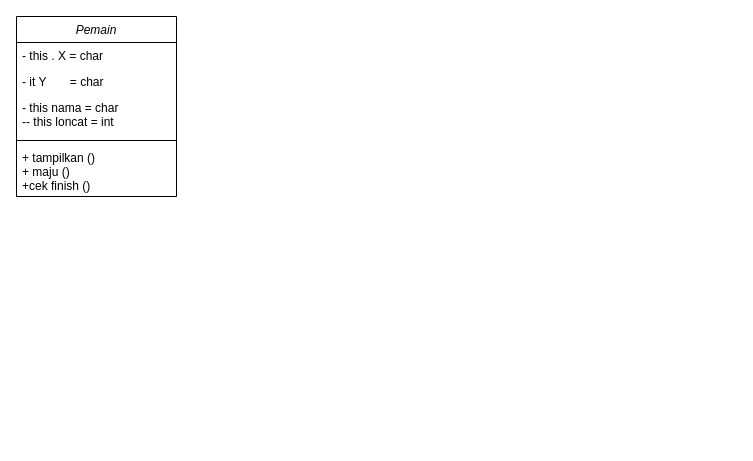
Earlier version of the draw.io diagram balap karung.drawio (oneoneteam/Balap-karung). Source tidied: cells renumbered, new cells numbered last; positions are measured from the earlier drawing's top-left corner, leaving out a move shared by most shapes. Both pictures are drawn from the tidied source at 100%, with x=0, y=0 at pixel (16, 16).
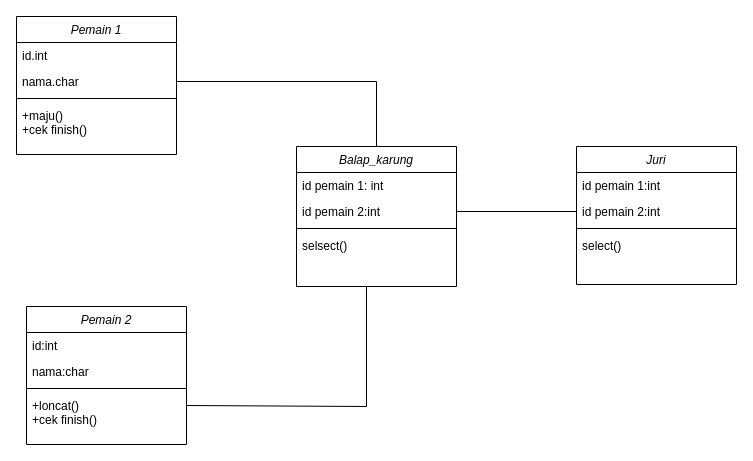
The same page after the edit.

Change to the diagram source:
```diff
@@
-    <mxCell id="2" value="Pemain" style="swimlane;fontStyle=2;align=center;verticalAlign=top;horizontal=1;startSize=26;rounded=0;shadow=0;strokeWidth=1;" parent="1" vertex="1">
-      <mxGeometry width="160" height="180" as="geometry" />
+    <mxCell id="2" value="Pemain 1" style="swimlane;fontStyle=2;align=center;verticalAlign=top;horizontal=1;startSize=26;rounded=0;shadow=0;strokeWidth=1;" parent="1" vertex="1">
+      <mxGeometry width="160" height="138" as="geometry" />
     </mxCell>
-    <mxCell id="3" value="- this . X = char" style="text;align=left;verticalAlign=top;spacingLeft=4;spacingRight=4;overflow=hidden;" parent="2" vertex="1">
+    <mxCell id="3" value="id.int" style="text;align=left;verticalAlign=top;spacingLeft=4;spacingRight=4;overflow=hidden;" parent="2" vertex="1">
       <mxGeometry y="26" width="160" height="26" as="geometry" />
     </mxCell>
-    <mxCell id="4" value="- it Y       = char" style="text;align=left;verticalAlign=top;spacingLeft=4;spacingRight=4;overflow=hidden;points=[[0,0.5],[1,0.5]];portConstraint=eastwest;rounded=0;shadow=0;html=0;" parent="2" vertex="1">
+    <mxCell id="4" value="nama.char" style="text;align=left;verticalAlign=top;spacingLeft=4;spacingRight=4;overflow=hidden;points=[[0,0.5],[1,0.5]];portConstraint=eastwest;rounded=0;shadow=0;html=0;" parent="2" vertex="1">
       <mxGeometry y="52" width="160" height="26" as="geometry" />
     </mxCell>
-    <mxCell id="5" value="- this nama = char&#10;-- this loncat = int" style="text;align=left;verticalAlign=top;spacingLeft=4;spacingRight=4;overflow=hidden;rounded=0;shadow=0;html=0;" parent="2" vertex="1">
-      <mxGeometry y="78" width="160" height="42" as="geometry" />
-    </mxCell>
     <mxCell id="6" style="line;html=1;strokeWidth=1;align=left;verticalAlign=middle;spacingTop=-1;spacingLeft=3;spacingRight=3;labelPosition=right;" parent="2" vertex="1">
-      <mxGeometry y="120" width="160" height="8" as="geometry" />
+      <mxGeometry y="78" width="160" height="8" as="geometry" />
     </mxCell>
-    <mxCell id="7" value="+ tampilkan ()&#10;+ maju ()&#10;+cek finish ()" style="text;align=left;verticalAlign=top;spacingLeft=4;spacingRight=4;overflow=hidden;" parent="2" vertex="1">
-      <mxGeometry y="128" width="160" height="52" as="geometry" />
+    <mxCell id="7" value="+maju()&#10;+cek finish()&#10;" style="text;align=left;verticalAlign=top;spacingLeft=4;spacingRight=4;overflow=hidden;" parent="2" vertex="1">
+      <mxGeometry y="86" width="160" height="52" as="geometry" />
     </mxCell>
+    <mxCell id="8" value="Pemain 2" style="swimlane;fontStyle=2;align=center;verticalAlign=top;horizontal=1;startSize=26;rounded=0;shadow=0;strokeWidth=1;" parent="1" vertex="1">
+      <mxGeometry x="10" y="290" width="160" height="138" as="geometry" />
+    </mxCell>
+    <mxCell id="9" value="id:int" style="text;align=left;verticalAlign=top;spacingLeft=4;spacingRight=4;overflow=hidden;" parent="8" vertex="1">
+      <mxGeometry y="26" width="160" height="26" as="geometry" />
+    </mxCell>
+    <mxCell id="10" value="nama:char&#10;" style="text;align=left;verticalAlign=top;spacingLeft=4;spacingRight=4;overflow=hidden;rounded=0;shadow=0;html=0;" parent="8" vertex="1">
+      <mxGeometry y="52" width="160" height="26" as="geometry" />
+    </mxCell>
+    <mxCell id="11" style="line;html=1;strokeWidth=1;align=left;verticalAlign=middle;spacingTop=-1;spacingLeft=3;spacingRight=3;labelPosition=right;" parent="8" vertex="1">
+      <mxGeometry y="78" width="160" height="8" as="geometry" />
+    </mxCell>
+    <mxCell id="12" value="+loncat()&#10;+cek finish()" style="text;align=left;verticalAlign=top;spacingLeft=4;spacingRight=4;overflow=hidden;" parent="8" vertex="1">
+      <mxGeometry y="86" width="160" height="52" as="geometry" />
+    </mxCell>
+    <mxCell id="13" value="Juri&#10;" style="swimlane;fontStyle=2;align=center;verticalAlign=top;horizontal=1;startSize=26;rounded=0;shadow=0;strokeWidth=1;" parent="1" vertex="1">
+      <mxGeometry x="560" y="130" width="160" height="138" as="geometry" />
+    </mxCell>
+    <mxCell id="14" value="id pemain 1:int" style="text;align=left;verticalAlign=top;spacingLeft=4;spacingRight=4;overflow=hidden;" parent="13" vertex="1">
+      <mxGeometry y="26" width="160" height="26" as="geometry" />
+    </mxCell>
+    <mxCell id="15" value="id pemain 2:int" style="text;align=left;verticalAlign=top;spacingLeft=4;spacingRight=4;overflow=hidden;points=[[0,0.5],[1,0.5]];portConstraint=eastwest;rounded=0;shadow=0;html=0;" parent="13" vertex="1">
+      <mxGeometry y="52" width="160" height="26" as="geometry" />
+    </mxCell>
+    <mxCell id="16" style="line;html=1;strokeWidth=1;align=left;verticalAlign=middle;spacingTop=-1;spacingLeft=3;spacingRight=3;labelPosition=right;" parent="13" vertex="1">
+      <mxGeometry y="78" width="160" height="8" as="geometry" />
+    </mxCell>
+    <mxCell id="17" value="select()&#10;" style="text;align=left;verticalAlign=top;spacingLeft=4;spacingRight=4;overflow=hidden;" parent="13" vertex="1">
+      <mxGeometry y="86" width="160" height="52" as="geometry" />
+    </mxCell>
+    <mxCell id="18" value="Balap_karung&#10;" style="swimlane;fontStyle=2;align=center;verticalAlign=top;horizontal=1;startSize=26;rounded=0;shadow=0;strokeWidth=1;" parent="1" vertex="1">
+      <mxGeometry x="280" y="130" width="160" height="140" as="geometry" />
+    </mxCell>
+    <mxCell id="19" value="id pemain 1: int" style="text;align=left;verticalAlign=top;spacingLeft=4;spacingRight=4;overflow=hidden;" parent="18" vertex="1">
+      <mxGeometry y="26" width="160" height="26" as="geometry" />
+    </mxCell>
+    <mxCell id="20" value="id pemain 2:int&#10;" style="text;align=left;verticalAlign=top;spacingLeft=4;spacingRight=4;overflow=hidden;points=[[0,0.5],[1,0.5]];portConstraint=eastwest;rounded=0;shadow=0;html=0;" parent="18" vertex="1">
+      <mxGeometry y="52" width="160" height="26" as="geometry" />
+    </mxCell>
+    <mxCell id="21" style="line;html=1;strokeWidth=1;align=left;verticalAlign=middle;spacingTop=-1;spacingLeft=3;spacingRight=3;labelPosition=right;" parent="18" vertex="1">
+      <mxGeometry y="78" width="160" height="8" as="geometry" />
+    </mxCell>
+    <mxCell id="22" value="selsect()" style="text;align=left;verticalAlign=top;spacingLeft=4;spacingRight=4;overflow=hidden;" parent="18" vertex="1">
+      <mxGeometry y="86" width="160" height="24" as="geometry" />
+    </mxCell>
+    <mxCell id="23" style="endArrow=none;html=1;rounded=0;exitX=1;exitY=0.5;exitDx=0;exitDy=0;entryX=0.5;entryY=0;entryDx=0;entryDy=0;" parent="1" edge="1" source="4" target="18">
+      <mxGeometry relative="1" as="geometry">
+        <Array as="points">
+          <mxPoint x="360" y="65" />
+        </Array>
+      </mxGeometry>
+    </mxCell>
+    <mxCell id="24" style="endArrow=none;html=1;rounded=0;exitX=1;exitY=0.5;exitDx=0;exitDy=0;" parent="1" edge="1">
+      <mxGeometry relative="1" as="geometry">
+        <mxPoint x="170" y="389" as="sourcePoint" />
+        <mxPoint x="350" y="270" as="targetPoint" />
+        <Array as="points">
+          <mxPoint x="350" y="390" />
+          <mxPoint x="350" y="270" />
+        </Array>
+      </mxGeometry>
+    </mxCell>
+    <mxCell id="25" style="endArrow=none;html=1;rounded=0;entryX=0;entryY=0.5;entryDx=0;entryDy=0;exitX=1;exitY=0.5;exitDx=0;exitDy=0;" parent="1" edge="1" source="20" target="15">
+      <mxGeometry relative="1" as="geometry" />
+    </mxCell>
```
